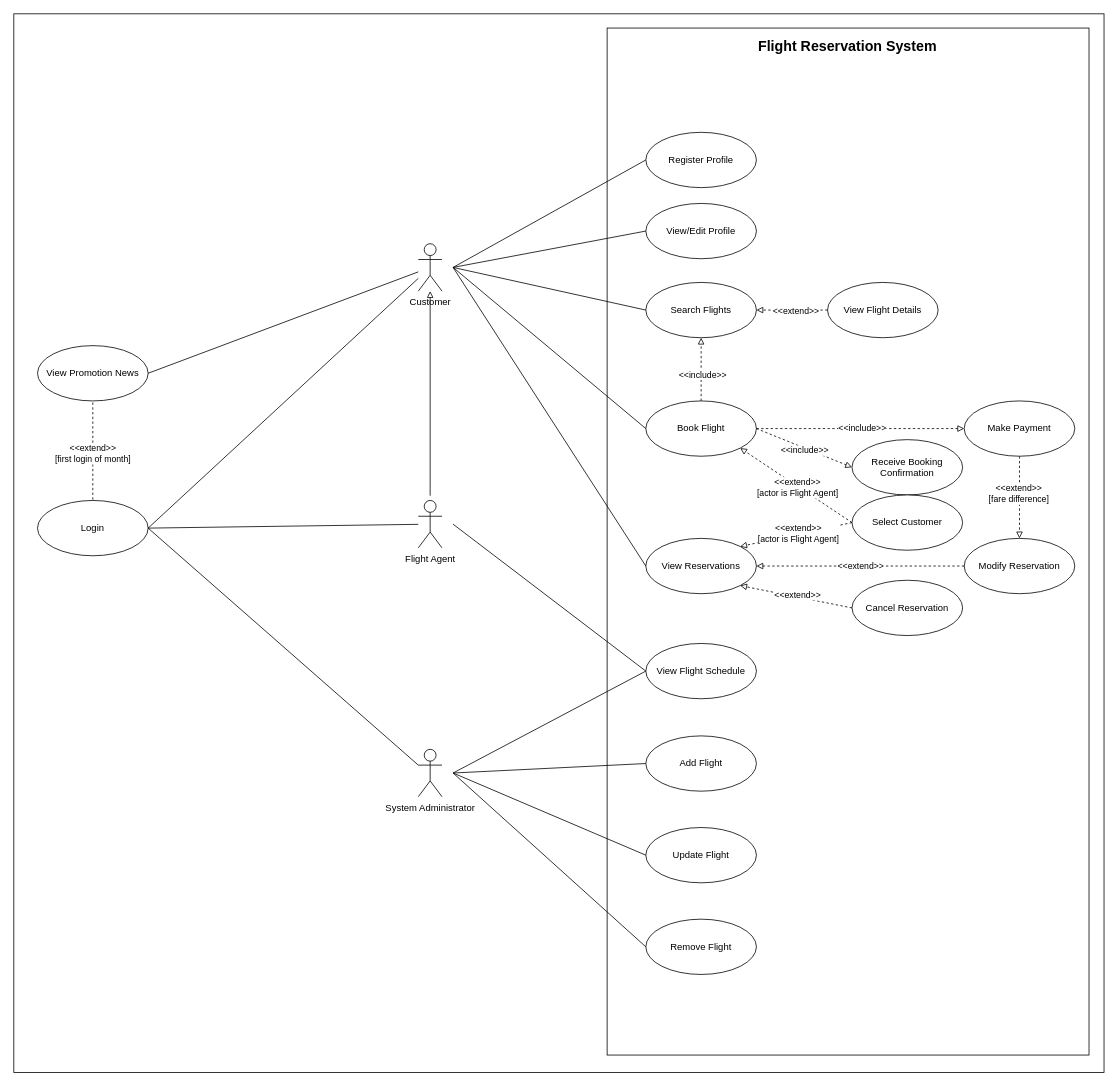
This is diagrams/UseCaseDiagramV2.drawio from EricTHallett/ENSF-480-Term-Project, a draw.io file, before an edit. Source tidied: cells renumbered, new cells numbered last; positions are measured from the earlier drawing's top-left corner, leaving out a move shared by most shapes. Both pictures are drawn from the tidied source at 79%, with x=0, y=0 at pixel (13, 13).
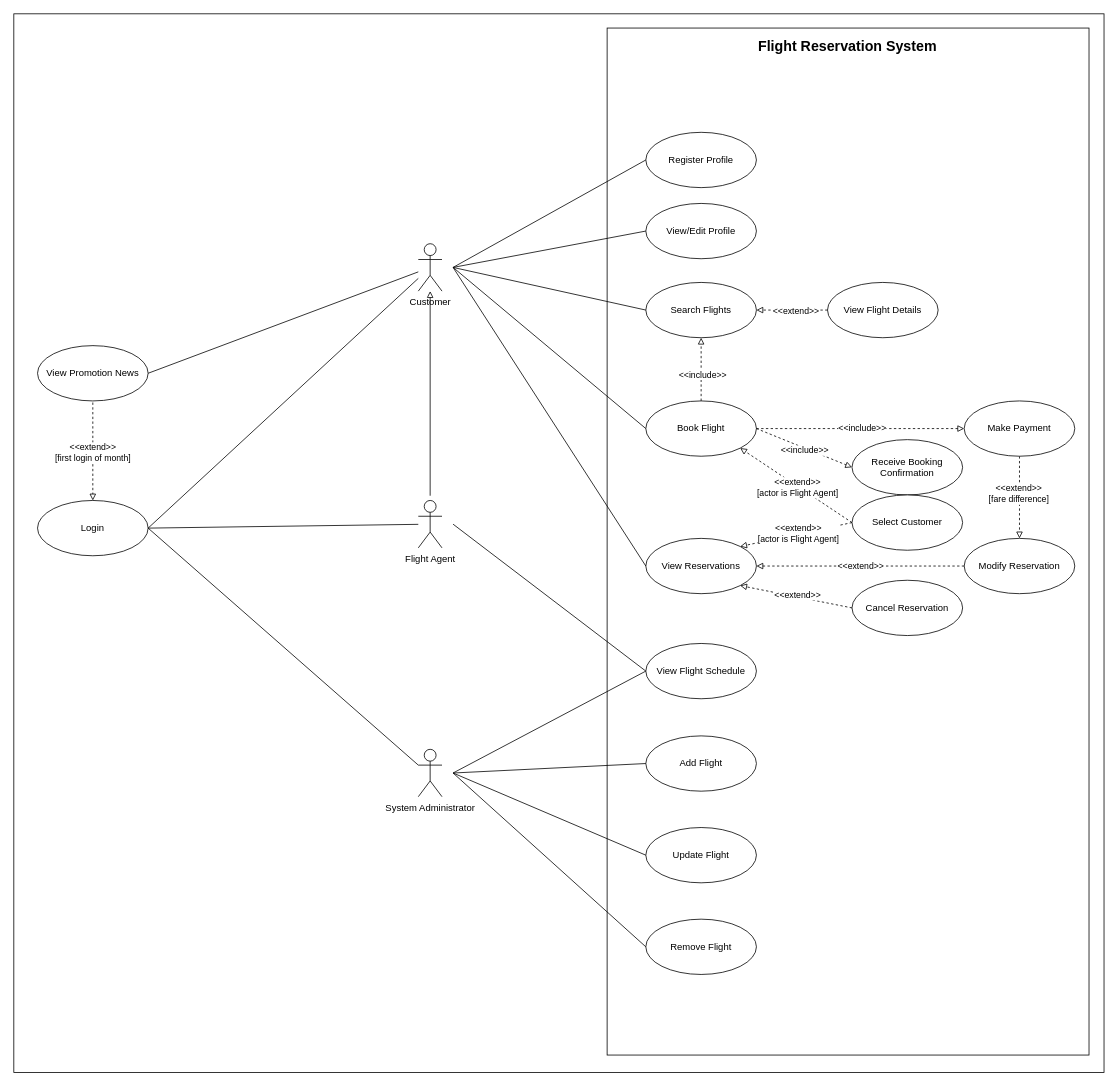
The same diagram, later.

The change refers to these unchanged cells:
```xml
<mxCell id="36" value="View Promotion News" style="ellipse;whiteSpace=wrap;html=1;" parent="1" vertex="1">
  <mxGeometry x="30" y="420" width="140" height="70" as="geometry" />
</mxCell>
<mxCell id="37" value="Login" style="ellipse;whiteSpace=wrap;html=1;" parent="1" vertex="1">
  <mxGeometry x="30" y="616" width="140" height="70" as="geometry" />
</mxCell>
```

Diff of the diagram source:
```diff
@@
-    <mxCell id="34" style="edgeStyle=none;shape=connector;rounded=0;jettySize=auto;html=1;exitX=0.5;exitY=0;exitDx=0;exitDy=0;entryX=0.5;entryY=1;entryDx=0;entryDy=0;strokeColor=default;align=center;verticalAlign=middle;fontFamily=Helvetica;fontSize=11;fontColor=default;labelBackgroundColor=default;endArrow=block;endFill=0;dashed=1;" parent="1" edge="1" source="36" target="37">
+    <mxCell id="34" style="edgeStyle=none;shape=connector;rounded=0;jettySize=auto;html=1;exitX=0.5;exitY=0;exitDx=0;exitDy=0;strokeColor=default;align=center;verticalAlign=middle;fontFamily=Helvetica;fontSize=11;fontColor=default;labelBackgroundColor=default;endArrow=block;endFill=0;dashed=1;" parent="1" edge="1" source="36" target="37">
       <mxGeometry relative="1" as="geometry" />
     </mxCell>
     <mxCell id="35" value="&amp;lt;&amp;lt;extend&amp;gt;&amp;gt;&lt;div&gt;[first login of month]&lt;/div&gt;" style="edgeLabel;html=1;align=center;verticalAlign=middle;fontFamily=Helvetica;fontSize=11;fontColor=default;labelBackgroundColor=default;" parent="34" vertex="1">
-      <mxGeometry x="0.02" y="-1" relative="1" as="geometry" />
+      <mxGeometry x="0.38" y="-1" relative="1" as="geometry" />
     </mxCell>
```
